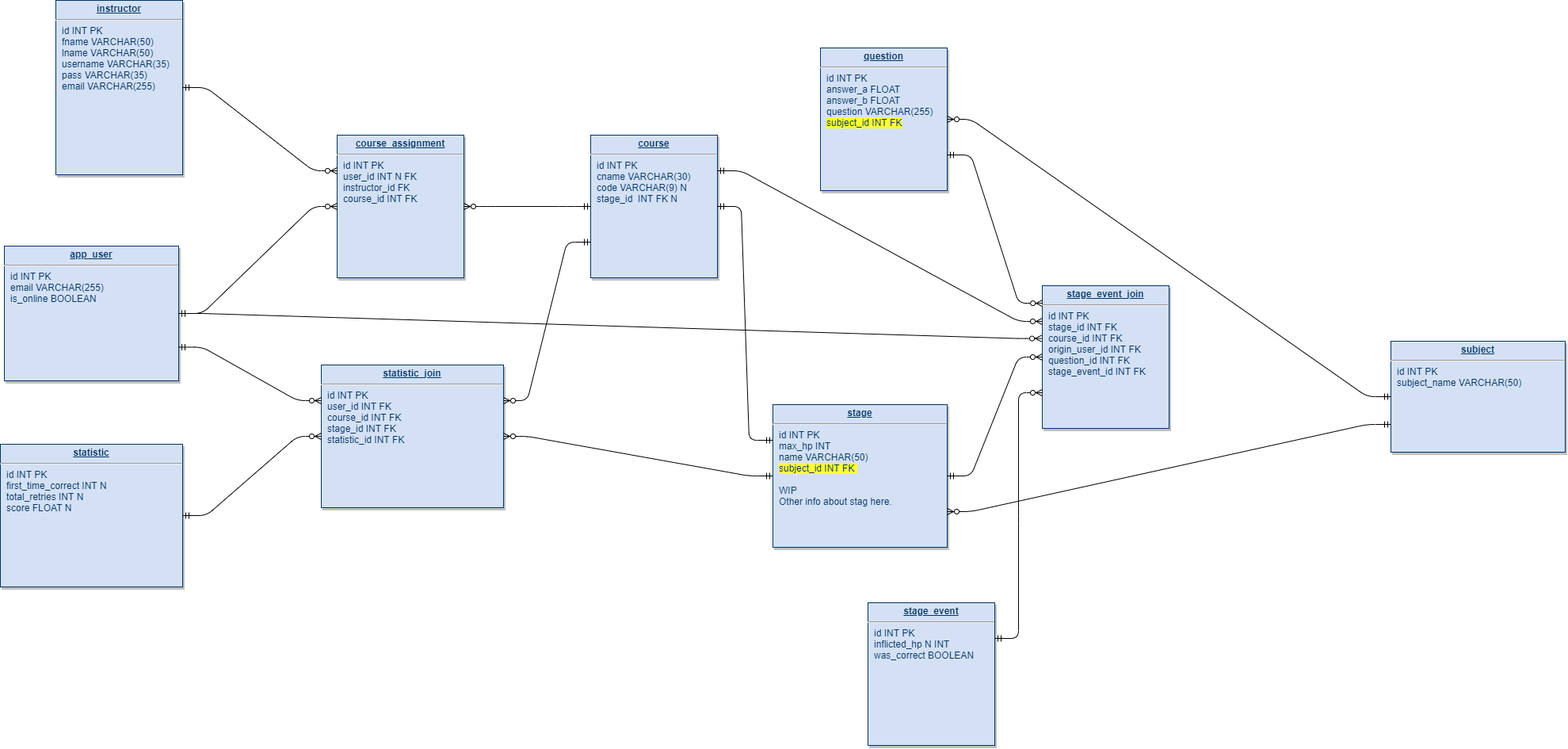
Before: Documentation/JebraDB.drawio.png, a diagram exported from draw.io (mschray/Fall-2021-IPRO). Source tidied: cells renumbered, new cells last; positions are measured from the earlier drawing's top-left corner, leaving out a move shared by most shapes.
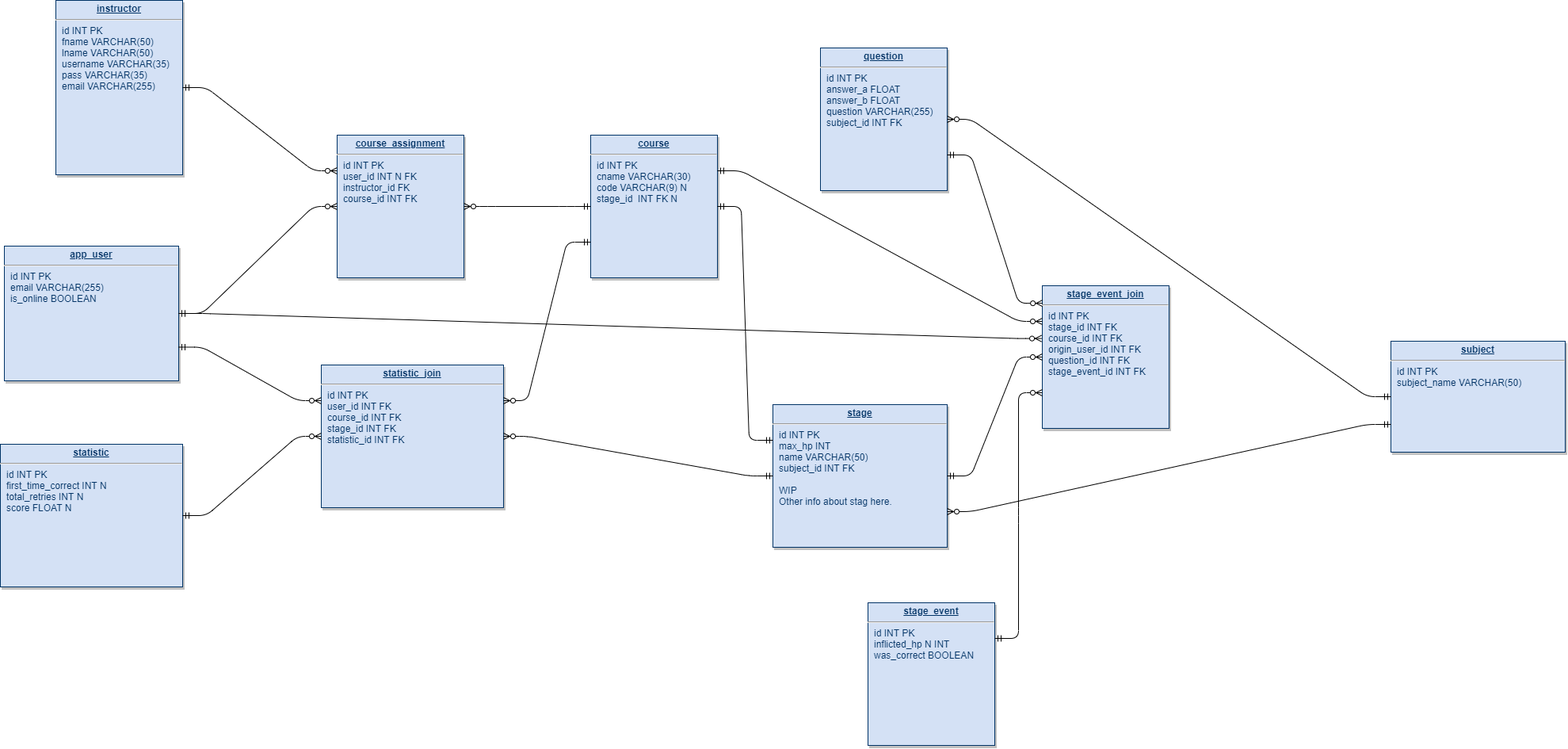
The same file after the commit.

What changed in the source:
```diff
@@ -2,7 +2,7 @@
   <root>
     <mxCell id="0" />
     <mxCell id="1" parent="0" />
-    <mxCell id="2" value="&lt;p style=&quot;margin: 0px ; margin-top: 4px ; text-align: center ; text-decoration: underline&quot;&gt;&lt;b&gt;question&lt;/b&gt;&lt;/p&gt;&lt;hr&gt;&lt;p style=&quot;margin: 0px ; margin-left: 8px&quot;&gt;id INT PK&lt;/p&gt;&lt;p style=&quot;margin: 0px ; margin-left: 8px&quot;&gt;answer_a FLOAT&lt;br&gt;&lt;/p&gt;&lt;p style=&quot;margin: 0px ; margin-left: 8px&quot;&gt;answer_b FLOAT&lt;/p&gt;&lt;p style=&quot;margin: 0px ; margin-left: 8px&quot;&gt;question VARCHAR(255)&lt;/p&gt;&lt;p style=&quot;margin: 0px ; margin-left: 8px&quot;&gt;&lt;span style=&quot;background-color: rgb(255 , 255 , 51)&quot;&gt;subject_id INT FK&lt;/span&gt;&lt;br&gt;&lt;/p&gt;&lt;p style=&quot;margin: 0px ; margin-left: 8px&quot;&gt;&lt;br&gt;&lt;/p&gt;&lt;p style=&quot;margin: 0px ; margin-left: 8px&quot;&gt;&lt;br&gt;&lt;/p&gt;&lt;p style=&quot;margin: 0px ; margin-left: 8px&quot;&gt;&lt;br&gt;&lt;/p&gt;&lt;p style=&quot;margin: 0px ; margin-left: 8px&quot;&gt;&lt;br&gt;&lt;/p&gt;" style="verticalAlign=top;align=left;overflow=fill;fontSize=12;fontFamily=Helvetica;html=1;strokeColor=#003366;shadow=1;fillColor=#D4E1F5;fontColor=#003366;" parent="1" vertex="1">
+    <mxCell id="2" value="&lt;p style=&quot;margin: 0px ; margin-top: 4px ; text-align: center ; text-decoration: underline&quot;&gt;&lt;b&gt;question&lt;/b&gt;&lt;/p&gt;&lt;hr&gt;&lt;p style=&quot;margin: 0px ; margin-left: 8px&quot;&gt;id INT PK&lt;/p&gt;&lt;p style=&quot;margin: 0px ; margin-left: 8px&quot;&gt;answer_a FLOAT&lt;br&gt;&lt;/p&gt;&lt;p style=&quot;margin: 0px ; margin-left: 8px&quot;&gt;answer_b FLOAT&lt;/p&gt;&lt;p style=&quot;margin: 0px ; margin-left: 8px&quot;&gt;question VARCHAR(255)&lt;/p&gt;&lt;p style=&quot;margin: 0px ; margin-left: 8px&quot;&gt;subject_id INT FK&lt;br&gt;&lt;/p&gt;&lt;p style=&quot;margin: 0px ; margin-left: 8px&quot;&gt;&lt;br&gt;&lt;/p&gt;&lt;p style=&quot;margin: 0px ; margin-left: 8px&quot;&gt;&lt;br&gt;&lt;/p&gt;&lt;p style=&quot;margin: 0px ; margin-left: 8px&quot;&gt;&lt;br&gt;&lt;/p&gt;&lt;p style=&quot;margin: 0px ; margin-left: 8px&quot;&gt;&lt;br&gt;&lt;/p&gt;" style="verticalAlign=top;align=left;overflow=fill;fontSize=12;fontFamily=Helvetica;html=1;strokeColor=#003366;shadow=1;fillColor=#D4E1F5;fontColor=#003366;" parent="1" vertex="1">
       <mxGeometry x="1035" y="60" width="160" height="180" as="geometry" />
     </mxCell>
     <mxCell id="3" value="&lt;p style=&quot;margin: 0px ; margin-top: 4px ; text-align: center ; text-decoration: underline&quot;&gt;&lt;b&gt;course&lt;/b&gt;&lt;/p&gt;&lt;hr&gt;&lt;p style=&quot;margin: 0px ; margin-left: 8px&quot;&gt;id INT PK&lt;/p&gt;&lt;p style=&quot;margin: 0px ; margin-left: 8px&quot;&gt;cname VARCHAR(30)&lt;/p&gt;&lt;p style=&quot;margin: 0px ; margin-left: 8px&quot;&gt;code VARCHAR(9) N&lt;/p&gt;&lt;p style=&quot;margin: 0px ; margin-left: 8px&quot;&gt;stage_id&amp;nbsp; INT FK N&lt;/p&gt;&lt;p style=&quot;margin: 0px ; margin-left: 8px&quot;&gt;&lt;br&gt;&lt;/p&gt;&lt;p style=&quot;margin: 0px ; margin-left: 8px&quot;&gt;&lt;span style=&quot;color: rgba(0 , 0 , 0 , 0) ; font-family: monospace ; font-size: 0px&quot;&gt;%3CmxGraphModel%3E%3Croot%3E%3CmxCell%20id%3D%220%22%2F%3E%3CmxCell%20id%3D%221%22%20parent%3D%220%22%2F%3E%3CmxCell%20id%3D%222%22%20value%3D%22%26lt%3Bp%20style%3D%26quot%3Bmargin%3A%200px%20%3B%20margin-top%3A%204px%20%3B%20text-align%3A%20center%20%3B%20text-decoration%3A%20underline%26quot%3B%26gt%3B%26lt%3Bb%26gt%3BSession%26lt%3B%2Fb%26gt%3B%26lt%3B%2Fp%26gt%3B%26lt%3Bhr%26gt%3B%26lt%3Bp%20style%3D%26quot%3Bmargin%3A%200px%20%3B%20margin-left%3A%208px%26quot%3B%26gt%3Bid%20INT%26lt%3B%2Fp%26gt%3B%26lt%3Bp%20style%3D%26quot%3Bmargin%3A%200px%20%3B%20margin-left%3A%208px%26quot%3B%26gt%3B%26lt%3Bbr%26gt%3B%26lt%3B%2Fp%26gt%3B%22%20style%3D%22verticalAlign%3Dtop%3Balign%3Dleft%3Boverflow%3Dfill%3BfontSize%3D12%3BfontFamily%3DHelvetica%3Bhtml%3D1%3BstrokeColor%3D%23003366%3Bshadow%3D1%3BfillColor%3D%23D4E1F5%3BfontColor%3D%23003366%22%20vertex%3D%221%22%20parent%3D%221%22%3E%3CmxGeometry%20x%3D%22332.9999999999999%22%20y%3D%22310.00000000000034%22%20width%3D%22160%22%20height%3D%22180%22%20as%3D%22geometry%22%2F%3E%3C%2FmxCell%3E%3C%2Froot%3E%3C%2FmxGraphModel%3E&lt;/span&gt;&lt;br&gt;&lt;/p&gt;&lt;p style=&quot;margin: 0px ; margin-left: 8px&quot;&gt;&lt;br&gt;&lt;/p&gt;" style="verticalAlign=top;align=left;overflow=fill;fontSize=12;fontFamily=Helvetica;html=1;strokeColor=#003366;shadow=1;fillColor=#D4E1F5;fontColor=#003366;" parent="1" vertex="1">
@@ -14,7 +14,7 @@
     <mxCell id="5" value="&lt;p style=&quot;margin: 0px ; margin-top: 4px ; text-align: center ; text-decoration: underline&quot;&gt;&lt;b&gt;instructor&lt;/b&gt;&lt;/p&gt;&lt;hr&gt;&lt;p style=&quot;margin: 0px ; margin-left: 8px&quot;&gt;id INT PK&lt;/p&gt;&lt;p style=&quot;margin: 0px 0px 0px 8px&quot;&gt;fname VARCHAR(50)&lt;/p&gt;&lt;p style=&quot;margin: 0px 0px 0px 8px&quot;&gt;lname VARCHAR(50)&lt;br&gt;&lt;/p&gt;&lt;p style=&quot;margin: 0px 0px 0px 8px&quot;&gt;username VARCHAR(35)&lt;/p&gt;&lt;p style=&quot;margin: 0px 0px 0px 8px&quot;&gt;pass VARCHAR(35)&lt;/p&gt;&lt;p style=&quot;margin: 0px ; margin-left: 8px&quot;&gt;&lt;span&gt;email VARCHAR(255)&lt;/span&gt;&lt;span style=&quot;color: rgba(0 , 0 , 0 , 0) ; font-family: monospace ; font-size: 0px&quot;&gt;%3CmxGraphModel%3E%3Croot%3E%3CmxCell%20id%3D%220%22%2F%3E%3CmxCell%20id%3D%221%22%20parent%3D%220%22%2F%3E%3CmxCell%20id%3D%222%22%20value%3D%22%26lt%3Bp%20style%3D%26quot%3Bmargin%3A%200px%20%3B%20margin-top%3A%204px%20%3B%20text-align%3A%20center%20%3B%20text-decoration%3A%20underline%26quot%3B%26gt%3B%26lt%3Bb%26gt%3BSession%26lt%3B%2Fb%26gt%3B%26lt%3B%2Fp%26gt%3B%26lt%3Bhr%26gt%3B%26lt%3Bp%20style%3D%26quot%3Bmargin%3A%200px%20%3B%20margin-left%3A%208px%26quot%3B%26gt%3Bid%20INT%26lt%3B%2Fp%26gt%3B%26lt%3Bp%20style%3D%26quot%3Bmargin%3A%200px%20%3B%20margin-left%3A%208px%26quot%3B%26gt%3B%26lt%3Bbr%26gt%3B%26lt%3B%2Fp%26gt%3B%22%20style%3D%22verticalAlign%3Dtop%3Balign%3Dleft%3Boverflow%3Dfill%3BfontSize%3D12%3BfontFamily%3DHelvetica%3Bhtml%3D1%3BstrokeColor%3D%23003366%3Bshadow%3D1%3BfillColor%3D%23D4E1F5%3BfontColor%3D%23003366%22%20vertex%3D%221%22%20parent%3D%221%22%3E%3CmxGeometry%20x%3D%22332.9999999999999%22%20y%3D%22310.00000000000034%22%20width%3D%22160%22%20height%3D%22180%22%20as%3D%22geometry%22%2F%3E%3C%2FmxCell%3E%3C%2Froot%3E%3C%2FmxGraphModel%3Ee&lt;/span&gt;&lt;/p&gt;" style="verticalAlign=top;align=left;overflow=fill;fontSize=12;fontFamily=Helvetica;html=1;strokeColor=#003366;shadow=1;fillColor=#D4E1F5;fontColor=#003366;" parent="1" vertex="1">
       <mxGeometry x="70" width="160" height="220" as="geometry" />
     </mxCell>
-    <mxCell id="6" value="&lt;p style=&quot;margin: 0px ; margin-top: 4px ; text-align: center ; text-decoration: underline&quot;&gt;&lt;b&gt;stage&lt;/b&gt;&lt;/p&gt;&lt;hr&gt;&lt;p style=&quot;margin: 0px ; margin-left: 8px&quot;&gt;id INT PK&lt;/p&gt;&lt;p style=&quot;margin: 0px ; margin-left: 8px&quot;&gt;max_hp INT&lt;/p&gt;&lt;p style=&quot;margin: 0px ; margin-left: 8px&quot;&gt;name VARCHAR(50)&lt;/p&gt;&lt;p style=&quot;margin: 0px ; margin-left: 8px&quot;&gt;&lt;span style=&quot;background-color: rgb(255 , 255 , 51)&quot;&gt;subject_id INT FK&amp;nbsp;&lt;/span&gt;&lt;/p&gt;&lt;p style=&quot;margin: 0px ; margin-left: 8px&quot;&gt;&lt;br&gt;&lt;/p&gt;&lt;p style=&quot;margin: 0px ; margin-left: 8px&quot;&gt;WIP&lt;/p&gt;&lt;p style=&quot;margin: 0px ; margin-left: 8px&quot;&gt;Other info about stag here.&amp;nbsp;&lt;/p&gt;&lt;p style=&quot;margin: 0px ; margin-left: 8px&quot;&gt;&lt;br&gt;&lt;/p&gt;" style="verticalAlign=top;align=left;overflow=fill;fontSize=12;fontFamily=Helvetica;html=1;strokeColor=#003366;shadow=1;fillColor=#D4E1F5;fontColor=#003366;" parent="1" vertex="1">
+    <mxCell id="6" value="&lt;p style=&quot;margin: 0px ; margin-top: 4px ; text-align: center ; text-decoration: underline&quot;&gt;&lt;b&gt;stage&lt;/b&gt;&lt;/p&gt;&lt;hr&gt;&lt;p style=&quot;margin: 0px ; margin-left: 8px&quot;&gt;id INT PK&lt;/p&gt;&lt;p style=&quot;margin: 0px ; margin-left: 8px&quot;&gt;max_hp INT&lt;/p&gt;&lt;p style=&quot;margin: 0px ; margin-left: 8px&quot;&gt;name VARCHAR(50)&lt;/p&gt;&lt;p style=&quot;margin: 0px ; margin-left: 8px&quot;&gt;subject_id INT FK&amp;nbsp;&lt;/p&gt;&lt;p style=&quot;margin: 0px ; margin-left: 8px&quot;&gt;&lt;br&gt;&lt;/p&gt;&lt;p style=&quot;margin: 0px ; margin-left: 8px&quot;&gt;WIP&lt;/p&gt;&lt;p style=&quot;margin: 0px ; margin-left: 8px&quot;&gt;Other info about stag here.&amp;nbsp;&lt;/p&gt;&lt;p style=&quot;margin: 0px ; margin-left: 8px&quot;&gt;&lt;br&gt;&lt;/p&gt;" style="verticalAlign=top;align=left;overflow=fill;fontSize=12;fontFamily=Helvetica;html=1;strokeColor=#003366;shadow=1;fillColor=#D4E1F5;fontColor=#003366;" parent="1" vertex="1">
       <mxGeometry x="975" y="510" width="220" height="180" as="geometry" />
     </mxCell>
     <mxCell id="7" value="&lt;p style=&quot;margin: 0px ; margin-top: 4px ; text-align: center ; text-decoration: underline&quot;&gt;&lt;b&gt;course_assignment&lt;/b&gt;&lt;/p&gt;&lt;hr&gt;&lt;p style=&quot;margin: 0px ; margin-left: 8px&quot;&gt;id INT PK&lt;/p&gt;&lt;p style=&quot;margin: 0px ; margin-left: 8px&quot;&gt;user_id INT N FK&amp;nbsp;&lt;/p&gt;&lt;p style=&quot;margin: 0px ; margin-left: 8px&quot;&gt;instructor_id FK&lt;/p&gt;&lt;p style=&quot;margin: 0px ; margin-left: 8px&quot;&gt;course_id INT FK&lt;/p&gt;&lt;p style=&quot;margin: 0px ; margin-left: 8px&quot;&gt;&lt;span style=&quot;color: rgba(0 , 0 , 0 , 0) ; font-family: monospace ; font-size: 0px&quot;&gt;%3CmxGraphModel%3E%3Croot%3E%3CmxCell%20id%3D%220%22%2F%3E%3CmxCell%20id%3D%221%22%20parent%3D%220%22%2F%3E%3CmxCell%20id%3D%222%22%20value%3D%22%26lt%3Bp%20style%3D%26quot%3Bmargin%3A%200px%20%3B%20margin-top%3A%204px%20%3B%20text-align%3A%20center%20%3B%20text-decoration%3A%20underline%26quot%3B%26gt%3B%26lt%3Bb%26gt%3BSession%26lt%3B%2Fb%26gt%3B%26lt%3B%2Fp%26gt%3B%26lt%3Bhr%26gt%3B%26lt%3Bp%20style%3D%26quot%3Bmargin%3A%200px%20%3B%20margin-left%3A%208px%26quot%3B%26gt%3Bid%20INT%26lt%3B%2Fp%26gt%3B%26lt%3Bp%20style%3D%26quot%3Bmargin%3A%200px%20%3B%20margin-left%3A%208px%26quot%3B%26gt%3B%26lt%3Bbr%26gt%3B%26lt%3B%2Fp%26gt%3B%22%20style%3D%22verticalAlign%3Dtop%3Balign%3Dleft%3Boverflow%3Dfill%3BfontSize%3D12%3BfontFamily%3DHelvetica%3Bhtml%3D1%3BstrokeColor%3D%23003366%3Bshadow%3D1%3BfillColor%3D%23D4E1F5%3BfontColor%3D%23003366%22%20vertex%3D%221%22%20parent%3D%221%22%3E%3CmxGeometry%20x%3D%22332.9999999999999%22%20y%3D%22310.00000000000034%22%20width%3D%22160%22%20height%3D%22180%22%20as%3D%22geometry%22%2F%3E%3C%2FmxCell%3E%3C%2Froot%3E%3C%2FmxGraphModel%3E&lt;/span&gt;&lt;br&gt;&lt;/p&gt;&lt;p style=&quot;margin: 0px ; margin-left: 8px&quot;&gt;&lt;br&gt;&lt;/p&gt;" style="verticalAlign=top;align=left;overflow=fill;fontSize=12;fontFamily=Helvetica;html=1;strokeColor=#003366;shadow=1;fillColor=#D4E1F5;fontColor=#003366;" parent="1" vertex="1">
```
